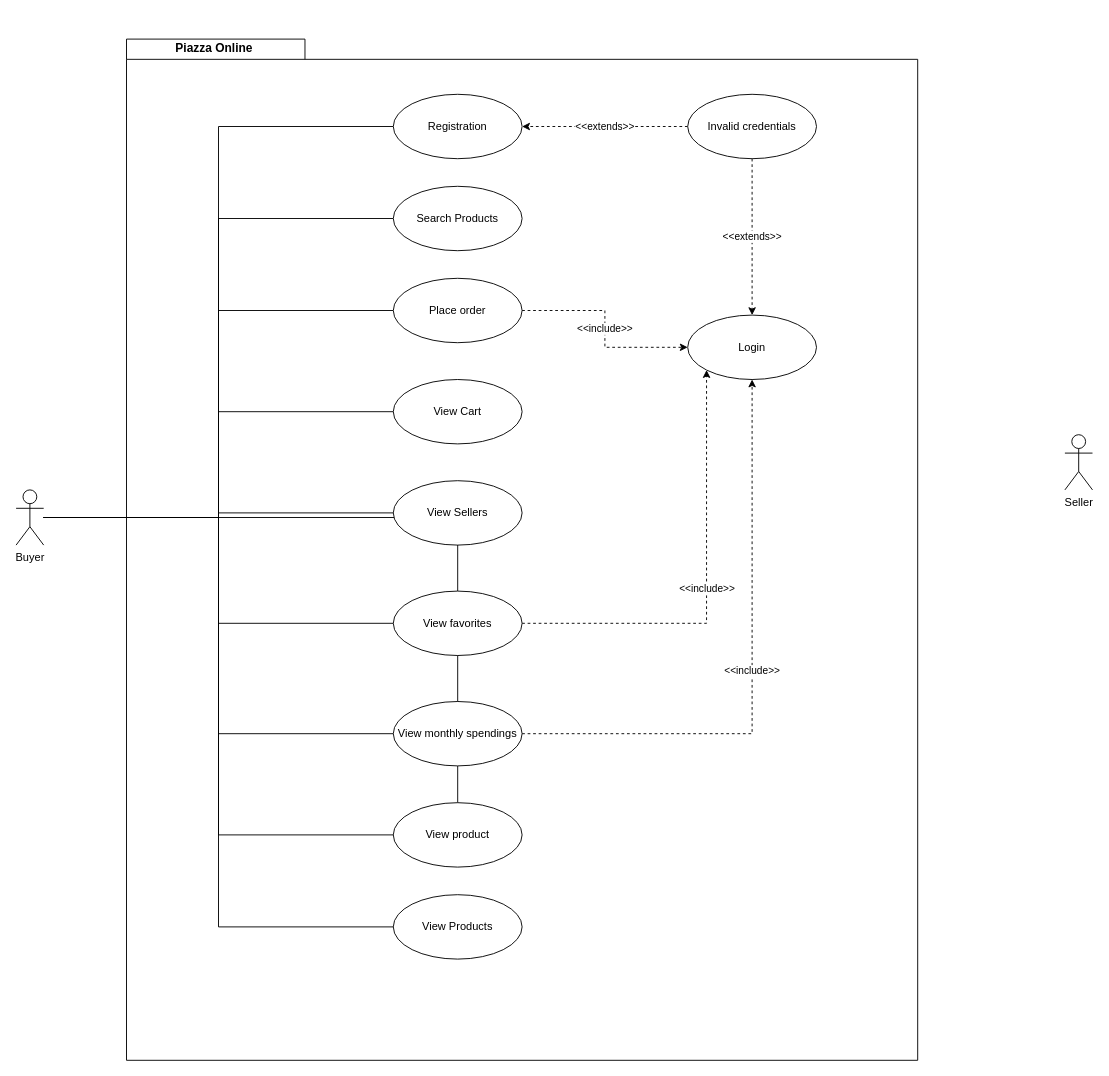
Earlier version of the draw.io diagram use_case_diagram.drawio (VladCiobotariu/InternshipProject). Source tidied: cells renumbered, new cells numbered last; positions are measured from the earlier drawing's top-left corner, leaving out a move shared by most shapes. Both pictures are drawn from the tidied source at 92%, with x=0, y=0 at pixel (16, 39).
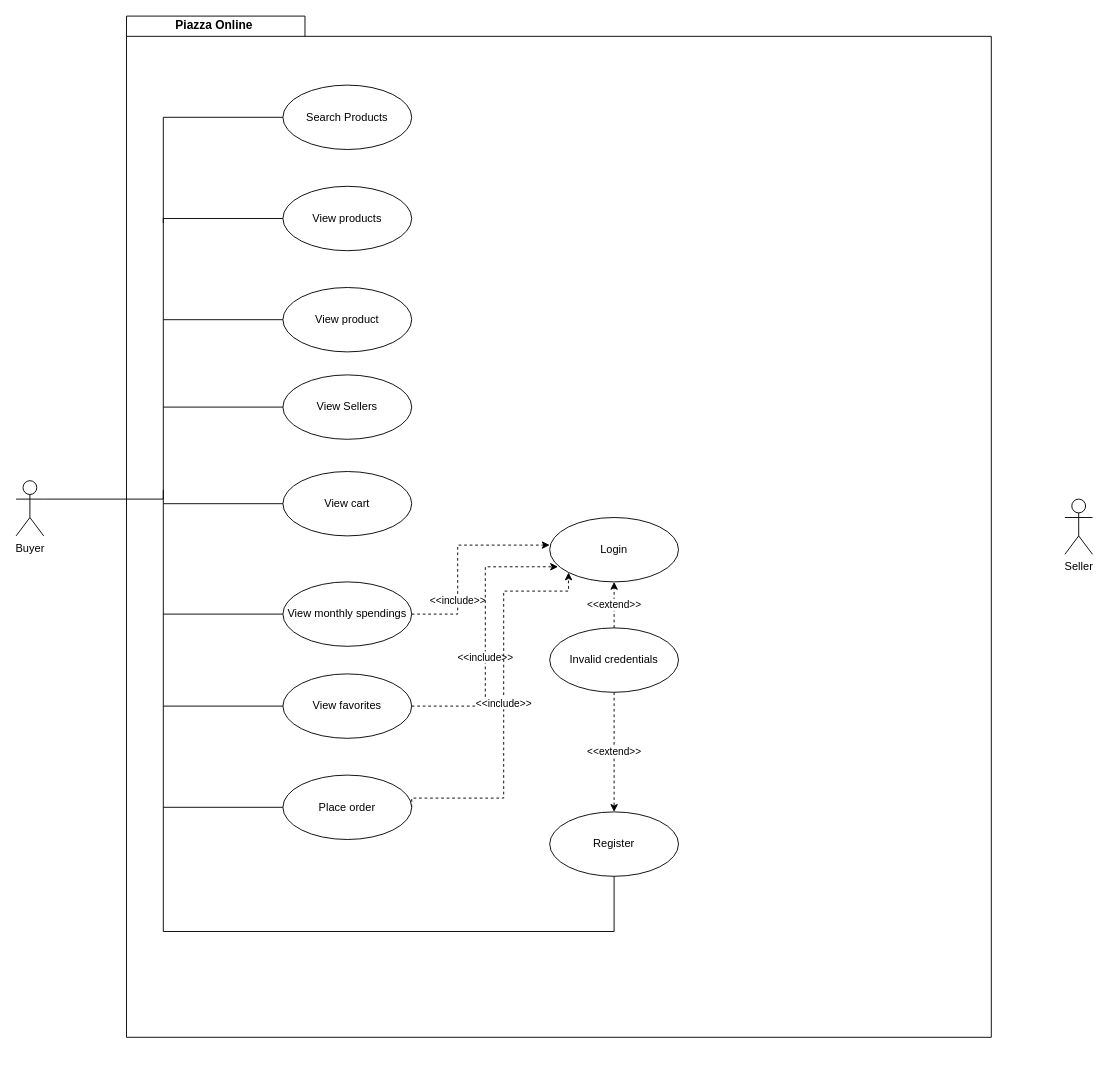
After the change.

Commit message (it also covers changes not shown here):
modifications to uml diagram

What changed in the source:
```diff
@@
     <mxCell id="2" style="shape=folder;fontStyle=1;spacingTop=10;tabWidth=194;tabHeight=22;tabPosition=left;html=1;rounded=0;shadow=0;comic=0;labelBackgroundColor=none;strokeWidth=1;fillColor=none;fontFamily=Verdana;fontSize=10;align=center;" parent="1" vertex="1">
-      <mxGeometry x="120" width="860" height="1110" as="geometry" />
+      <mxGeometry x="120" y="-25" width="940" height="1110" as="geometry" />
     </mxCell>
-    <mxCell id="3" style="edgeStyle=orthogonalEdgeStyle;rounded=0;jettySize=auto;html=1;entryX=0;entryY=0.5;entryDx=0;entryDy=0;endArrow=none;endFill=0;" parent="1" edge="1" source="13" target="15">
-      <mxGeometry relative="1" as="geometry" />
-    </mxCell>
-    <mxCell id="4" style="edgeStyle=orthogonalEdgeStyle;rounded=0;jettySize=auto;html=1;entryX=0;entryY=0.5;entryDx=0;entryDy=0;endArrow=none;endFill=0;" parent="1" edge="1" source="13" target="18">
-      <mxGeometry relative="1" as="geometry" />
-    </mxCell>
-    <mxCell id="5" style="edgeStyle=orthogonalEdgeStyle;rounded=0;jettySize=auto;html=1;entryX=0;entryY=0.5;entryDx=0;entryDy=0;endArrow=none;endFill=0;" parent="1" edge="1" source="13" target="20">
-      <mxGeometry relative="1" as="geometry" />
+    <mxCell id="5" style="edgeStyle=orthogonalEdgeStyle;rounded=0;jettySize=auto;html=1;exitX=1;exitY=0.3333333333333333;exitDx=0;exitDy=0;exitPerimeter=0;entryX=0;entryY=0.5;entryDx=0;entryDy=0;endArrow=none;endFill=0;" parent="1" edge="1" source="13" target="20">
+      <mxGeometry relative="1" as="geometry">
+        <Array as="points">
+          <mxPoint x="30" y="500" />
+          <mxPoint x="160" y="500" />
+          <mxPoint x="160" y="195" />
+        </Array>
+      </mxGeometry>
     </mxCell>
-    <mxCell id="6" style="edgeStyle=orthogonalEdgeStyle;rounded=0;jettySize=auto;html=1;entryX=0;entryY=0.5;entryDx=0;entryDy=0;endArrow=none;endFill=0;" parent="1" edge="1" source="13" target="22">
-      <mxGeometry relative="1" as="geometry" />
-    </mxCell>
-    <mxCell id="7" style="edgeStyle=orthogonalEdgeStyle;rounded=0;jettySize=auto;html=1;endArrow=none;endFill=0;" parent="1" edge="1" source="13" target="23">
-      <mxGeometry relative="1" as="geometry" />
-    </mxCell>
-    <mxCell id="8" style="edgeStyle=orthogonalEdgeStyle;rounded=0;jettySize=auto;html=1;entryX=0;entryY=0.5;entryDx=0;entryDy=0;endArrow=none;endFill=0;" parent="1" edge="1" source="13" target="25">
-      <mxGeometry relative="1" as="geometry" />
-    </mxCell>
-    <mxCell id="9" style="edgeStyle=orthogonalEdgeStyle;rounded=0;jettySize=auto;html=1;entryX=0;entryY=0.5;entryDx=0;entryDy=0;endArrow=none;endFill=0;" parent="1" edge="1" source="13" target="27">
-      <mxGeometry relative="1" as="geometry" />
-    </mxCell>
-    <mxCell id="10" style="edgeStyle=orthogonalEdgeStyle;rounded=0;jettySize=auto;html=1;endArrow=none;endFill=0;" parent="1" edge="1" source="13" target="28">
-      <mxGeometry relative="1" as="geometry" />
-    </mxCell>
-    <mxCell id="11" style="edgeStyle=orthogonalEdgeStyle;rounded=0;jettySize=auto;html=1;entryX=0;entryY=0.5;entryDx=0;entryDy=0;endArrow=none;endFill=0;" parent="1" edge="1" source="13" target="28">
-      <mxGeometry relative="1" as="geometry" />
-    </mxCell>
-    <mxCell id="12" style="edgeStyle=orthogonalEdgeStyle;rounded=0;jettySize=auto;html=1;entryX=0;entryY=0.5;entryDx=0;entryDy=0;endArrow=none;endFill=0;" parent="1" edge="1" source="13" target="21">
-      <mxGeometry relative="1" as="geometry" />
-    </mxCell>
     <mxCell id="13" value="Buyer" style="shape=umlActor;verticalLabelPosition=bottom;verticalAlign=top;html=1;outlineConnect=0;" parent="1" vertex="1">
-      <mxGeometry y="490" width="30" height="60" as="geometry" />
+      <mxGeometry y="480" width="30" height="60" as="geometry" />
     </mxCell>
     <mxCell id="14" value="Piazza Online" style="text;strokeColor=none;fillColor=none;html=1;fontSize=13;fontStyle=1;verticalAlign=middle;align=center;" parent="1" vertex="1">
-      <mxGeometry x="120" width="190" height="20" as="geometry" />
+      <mxGeometry x="120" y="-25" width="190" height="20" as="geometry" />
     </mxCell>
-    <mxCell id="15" value="Registration" style="ellipse;whiteSpace=wrap;html=1;" parent="1" vertex="1">
-      <mxGeometry x="410" y="60" width="140" height="70" as="geometry" />
+    <mxCell id="15" value="Login" style="ellipse;whiteSpace=wrap;html=1;" parent="1" vertex="1">
+      <mxGeometry x="580" y="520" width="140" height="70" as="geometry" />
     </mxCell>
-    <mxCell id="16" value="Seller" style="shape=umlActor;verticalLabelPosition=bottom;verticalAlign=top;html=1;" parent="1" vertex="1">
-      <mxGeometry x="1140" y="430" width="30" height="60" as="geometry" />
-    </mxCell>
-    <mxCell id="17" value="Login" style="ellipse;whiteSpace=wrap;html=1;" parent="1" vertex="1">
-      <mxGeometry x="730" y="300" width="140" height="70" as="geometry" />
+    <mxCell id="17" value="Register" style="ellipse;whiteSpace=wrap;html=1;" parent="1" vertex="1">
+      <mxGeometry x="580" y="840" width="140" height="70" as="geometry" />
     </mxCell>
     <mxCell id="18" value="Search Products" style="ellipse;whiteSpace=wrap;html=1;" parent="1" vertex="1">
-      <mxGeometry x="410" y="160" width="140" height="70" as="geometry" />
+      <mxGeometry x="290" y="50" width="140" height="70" as="geometry" />
     </mxCell>
-    <mxCell id="19" value="&amp;lt;&amp;lt;include&amp;gt;&amp;gt;" style="edgeStyle=orthogonalEdgeStyle;rounded=0;jettySize=auto;html=1;exitX=1;exitY=0.5;exitDx=0;exitDy=0;dashed=1;" parent="1" edge="1" source="20" target="17">
-      <mxGeometry relative="1" as="geometry" />
-    </mxCell>
-    <mxCell id="20" value="Place order" style="ellipse;whiteSpace=wrap;html=1;" parent="1" vertex="1">
-      <mxGeometry x="410" y="260" width="140" height="70" as="geometry" />
+    <mxCell id="20" value="View products" style="ellipse;whiteSpace=wrap;html=1;" parent="1" vertex="1">
+      <mxGeometry x="290" y="160" width="140" height="70" as="geometry" />
     </mxCell>
+    <mxCell id="32" value="&amp;lt;&amp;lt;include&amp;gt;&amp;gt;" style="edgeStyle=orthogonalEdgeStyle;rounded=0;jettySize=auto;html=1;exitX=1;exitY=0.5;exitDx=0;exitDy=0;dashed=1;" parent="1" edge="1" source="21">
+      <mxGeometry x="-0.42" relative="1" as="geometry">
+        <mxPoint x="580" y="550" as="targetPoint" />
+        <Array as="points">
+          <mxPoint x="480" y="625" />
+          <mxPoint x="480" y="550" />
+        </Array>
+      </mxGeometry>
+    </mxCell>
-    <mxCell id="21" value="View Products" style="ellipse;whiteSpace=wrap;html=1;" parent="1" vertex="1">
-      <mxGeometry x="410" y="930" width="140" height="70" as="geometry" />
+    <mxCell id="21" value="View monthly spendings" style="ellipse;whiteSpace=wrap;html=1;" parent="1" vertex="1">
+      <mxGeometry x="290" y="590" width="140" height="70" as="geometry" />
     </mxCell>
-    <mxCell id="22" value="View Cart" style="ellipse;whiteSpace=wrap;html=1;" parent="1" vertex="1">
-      <mxGeometry x="410" y="370" width="140" height="70" as="geometry" />
+    <mxCell id="22" value="View product" style="ellipse;whiteSpace=wrap;html=1;" parent="1" vertex="1">
+      <mxGeometry x="290" y="270" width="140" height="70" as="geometry" />
     </mxCell>
     <mxCell id="23" value="View Sellers" style="ellipse;whiteSpace=wrap;html=1;" parent="1" vertex="1">
-      <mxGeometry x="410" y="480" width="140" height="70" as="geometry" />
+      <mxGeometry x="290" y="365" width="140" height="70" as="geometry" />
     </mxCell>
-    <mxCell id="24" value="&amp;lt;&amp;lt;include&amp;gt;&amp;gt;" style="edgeStyle=orthogonalEdgeStyle;rounded=0;jettySize=auto;html=1;entryX=0;entryY=1;entryDx=0;entryDy=0;dashed=1;" parent="1" edge="1" source="25" target="17">
-      <mxGeometry relative="1" as="geometry" />
-    </mxCell>
+    <mxCell id="12" style="edgeStyle=orthogonalEdgeStyle;rounded=0;jettySize=auto;html=1;exitX=1;exitY=0.5;exitDx=0;exitDy=0;dashed=1;entryX=0.065;entryY=0.765;entryDx=0;entryDy=0;entryPerimeter=0;" parent="1" edge="1" source="25" target="15">
+      <mxGeometry relative="1" as="geometry">
+        <Array as="points">
+          <mxPoint x="510" y="725" />
+          <mxPoint x="510" y="574" />
+        </Array>
+      </mxGeometry>
+    </mxCell>
+    <mxCell id="33" value="&amp;lt;&amp;lt;include&amp;gt;&amp;gt;" style="edgeLabel;html=1;align=center;verticalAlign=middle;" parent="12" vertex="1">
+      <mxGeometry x="-0.14" y="1" relative="1" as="geometry" />
+    </mxCell>
     <mxCell id="25" value="View favorites" style="ellipse;whiteSpace=wrap;html=1;" parent="1" vertex="1">
-      <mxGeometry x="410" y="600" width="140" height="70" as="geometry" />
+      <mxGeometry x="290" y="690" width="140" height="70" as="geometry" />
     </mxCell>
-    <mxCell id="26" value="&amp;lt;&amp;lt;include&amp;gt;&amp;gt;" style="edgeStyle=orthogonalEdgeStyle;rounded=0;jettySize=auto;html=1;exitX=1;exitY=0.5;exitDx=0;exitDy=0;dashed=1;" parent="1" edge="1" source="27" target="17">
-      <mxGeometry relative="1" as="geometry" />
-    </mxCell>
+    <mxCell id="11" value="&amp;lt;&amp;lt;include&amp;gt;&amp;gt;" style="edgeStyle=orthogonalEdgeStyle;rounded=0;jettySize=auto;html=1;exitX=1;exitY=0.5;exitDx=0;exitDy=0;entryX=0;entryY=1;entryDx=0;entryDy=0;dashed=1;" parent="1" edge="1" source="27" target="15">
+      <mxGeometry relative="1" as="geometry">
+        <Array as="points">
+          <mxPoint x="430" y="825" />
+          <mxPoint x="530" y="825" />
+          <mxPoint x="530" y="600" />
+          <mxPoint x="600" y="600" />
+        </Array>
+      </mxGeometry>
+    </mxCell>
-    <mxCell id="27" value="View monthly spendings" style="ellipse;whiteSpace=wrap;html=1;" parent="1" vertex="1">
-      <mxGeometry x="410" y="720" width="140" height="70" as="geometry" />
+    <mxCell id="27" value="Place order" style="ellipse;whiteSpace=wrap;html=1;" parent="1" vertex="1">
+      <mxGeometry x="290" y="800" width="140" height="70" as="geometry" />
     </mxCell>
-    <mxCell id="28" value="View product" style="ellipse;whiteSpace=wrap;html=1;" parent="1" vertex="1">
-      <mxGeometry x="410" y="830" width="140" height="70" as="geometry" />
+    <mxCell id="28" value="View cart" style="ellipse;whiteSpace=wrap;html=1;" parent="1" vertex="1">
+      <mxGeometry x="290" y="470" width="140" height="70" as="geometry" />
     </mxCell>
-    <mxCell id="29" value="&amp;lt;&amp;lt;extends&amp;gt;&amp;gt;" style="edgeStyle=orthogonalEdgeStyle;rounded=0;jettySize=auto;html=1;exitX=0;exitY=0.5;exitDx=0;exitDy=0;entryX=1;entryY=0.5;entryDx=0;entryDy=0;dashed=1;" parent="1" edge="1" source="31" target="15">
+    <mxCell id="29" value="&amp;lt;&amp;lt;extend&amp;gt;&amp;gt;" style="edgeStyle=orthogonalEdgeStyle;rounded=0;jettySize=auto;html=1;exitX=0.5;exitY=0;exitDx=0;exitDy=0;dashed=1;entryX=0.5;entryY=1;entryDx=0;entryDy=0;" parent="1" edge="1" source="31" target="15">
       <mxGeometry relative="1" as="geometry" />
     </mxCell>
-    <mxCell id="30" value="&amp;lt;&amp;lt;extends&amp;gt;&amp;gt;" style="edgeStyle=orthogonalEdgeStyle;rounded=0;jettySize=auto;html=1;exitX=0.5;exitY=1;exitDx=0;exitDy=0;entryX=0.5;entryY=0;entryDx=0;entryDy=0;dashed=1;" parent="1" edge="1" source="31" target="17">
+    <mxCell id="30" value="&amp;lt;&amp;lt;extend&amp;gt;&amp;gt;" style="edgeStyle=orthogonalEdgeStyle;rounded=0;jettySize=auto;html=1;exitX=0.5;exitY=1;exitDx=0;exitDy=0;dashed=1;entryX=0.5;entryY=0;entryDx=0;entryDy=0;" parent="1" edge="1" source="31" target="17">
       <mxGeometry relative="1" as="geometry" />
     </mxCell>
     <mxCell id="31" value="Invalid credentials" style="ellipse;whiteSpace=wrap;html=1;" parent="1" vertex="1">
-      <mxGeometry x="730" y="60" width="140" height="70" as="geometry" />
+      <mxGeometry x="580" y="640" width="140" height="70" as="geometry" />
     </mxCell>
+    <mxCell id="16" value="Seller" style="shape=umlActor;verticalLabelPosition=bottom;verticalAlign=top;html=1;" parent="1" vertex="1">
+      <mxGeometry x="1140" y="500" width="30" height="60" as="geometry" />
+    </mxCell>
+    <mxCell id="34" style="endArrow=none;html=1;rounded=0;entryX=0;entryY=0.5;entryDx=0;entryDy=0;" parent="1" edge="1" target="18">
+      <mxGeometry relative="1" as="geometry">
+        <mxPoint x="160" y="200" as="sourcePoint" />
+        <Array as="points">
+          <mxPoint x="160" y="85" />
+        </Array>
+      </mxGeometry>
+    </mxCell>
+    <mxCell id="35" style="endArrow=none;html=1;rounded=0;exitX=0;exitY=0.5;exitDx=0;exitDy=0;" parent="1" edge="1" source="22">
+      <mxGeometry relative="1" as="geometry">
+        <mxPoint x="160" y="305" as="targetPoint" />
+      </mxGeometry>
+    </mxCell>
+    <mxCell id="36" style="endArrow=none;html=1;rounded=0;exitX=0;exitY=0.5;exitDx=0;exitDy=0;" parent="1" edge="1" source="23">
+      <mxGeometry relative="1" as="geometry">
+        <mxPoint x="160" y="400" as="targetPoint" />
+      </mxGeometry>
+    </mxCell>
+    <mxCell id="37" style="endArrow=none;html=1;rounded=0;exitX=0.5;exitY=1;exitDx=0;exitDy=0;" parent="1" edge="1" source="17">
+      <mxGeometry relative="1" as="geometry">
+        <mxPoint x="160" y="490" as="targetPoint" />
+        <Array as="points">
+          <mxPoint x="650" y="970" />
+          <mxPoint x="160" y="970" />
+        </Array>
+      </mxGeometry>
+    </mxCell>
+    <mxCell id="38" style="endArrow=none;html=1;rounded=0;entryX=0;entryY=0.5;entryDx=0;entryDy=0;" parent="1" edge="1" target="28">
+      <mxGeometry relative="1" as="geometry">
+        <mxPoint x="160" y="505" as="sourcePoint" />
+      </mxGeometry>
+    </mxCell>
+    <mxCell id="39" style="endArrow=none;html=1;rounded=0;entryX=0;entryY=0.5;entryDx=0;entryDy=0;" parent="1" edge="1" target="21">
+      <mxGeometry relative="1" as="geometry">
+        <mxPoint x="160" y="625" as="sourcePoint" />
+      </mxGeometry>
+    </mxCell>
+    <mxCell id="40" style="endArrow=none;html=1;rounded=0;entryX=0;entryY=0.5;entryDx=0;entryDy=0;" parent="1" edge="1" target="25">
+      <mxGeometry relative="1" as="geometry">
+        <mxPoint x="160" y="725" as="sourcePoint" />
+      </mxGeometry>
+    </mxCell>
+    <mxCell id="41" style="endArrow=none;html=1;rounded=0;entryX=0;entryY=0.5;entryDx=0;entryDy=0;" parent="1" edge="1" target="27">
+      <mxGeometry relative="1" as="geometry">
+        <mxPoint x="160" y="835" as="sourcePoint" />
+      </mxGeometry>
+    </mxCell>
```
